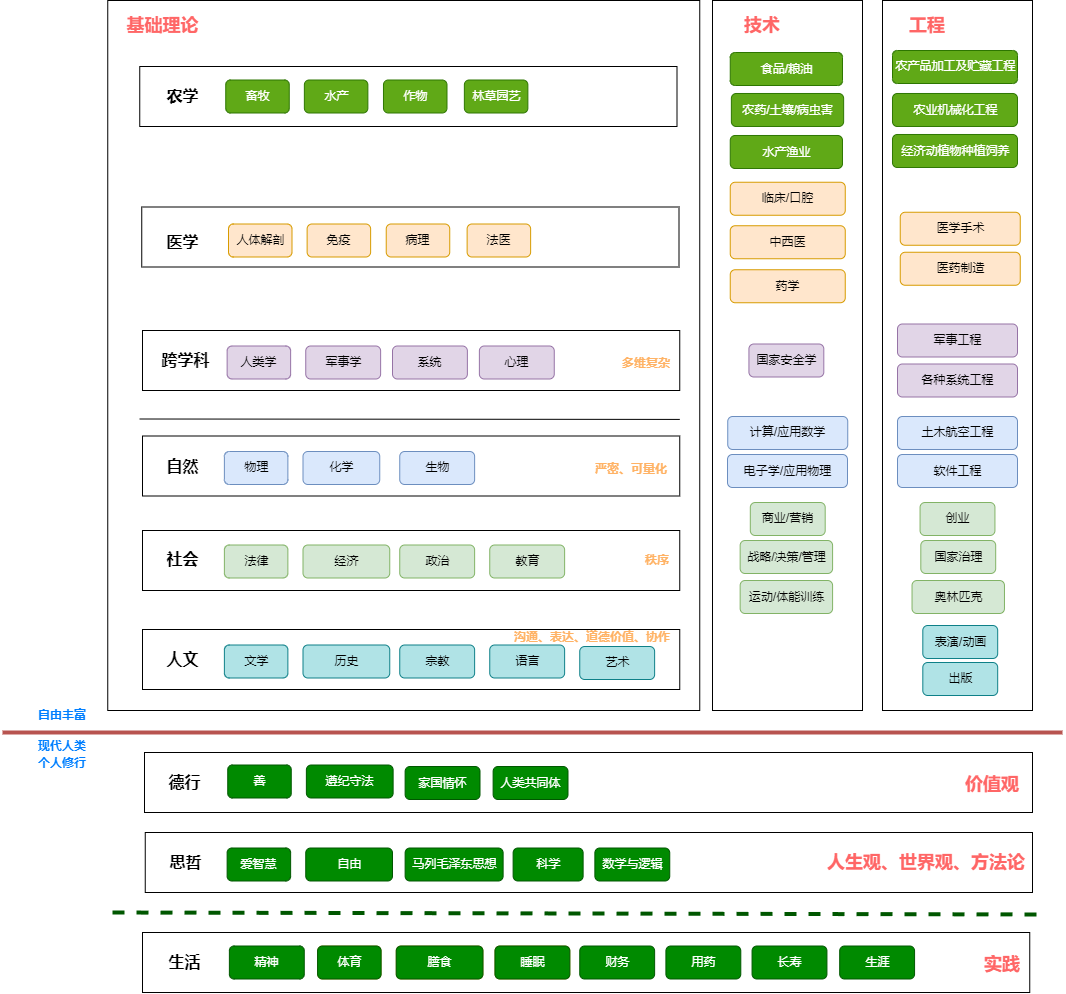
The draw.io diagram image/big-science.drawio.png in codefossil/livingbook, before a commit. Source tidied: cells renumbered, new cells last; positions are measured from the earlier drawing's top-left corner, leaving out a move shared by most shapes.
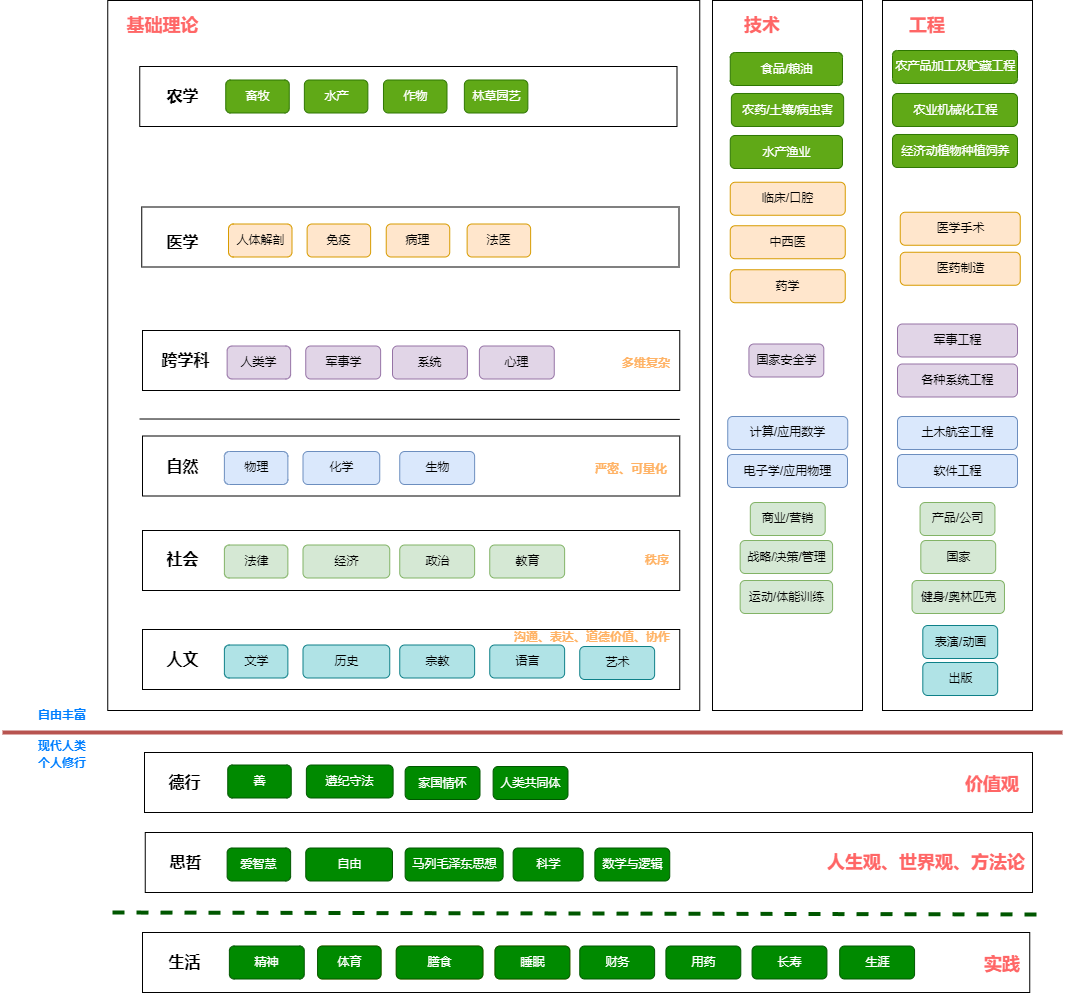
Above is the later version.

Diff of the diagram source:
```diff
@@ -296,7 +296,7 @@
     <mxCell id="96" value="&lt;b style=&quot;&quot;&gt;&lt;font color=&quot;#ffb366&quot; style=&quot;font-size: 12px;&quot;&gt;严密、可量化&lt;/font&gt;&lt;/b&gt;" style="text;html=1;strokeColor=none;fillColor=none;align=right;verticalAlign=middle;whiteSpace=wrap;rounded=0;fontSize=14;fontColor=#FF6666;" parent="1" vertex="1">
       <mxGeometry x="544.5" y="452.5" width="122.8" height="30" as="geometry" />
     </mxCell>
-    <mxCell id="97" value="创业" style="rounded=1;fillColor=#d5e8d4;strokeColor=#82b366;html=1;align=center;verticalAlign=middle;fontStyle=0;fontSize=12;sketch=0;shadow=0;" parent="1" vertex="1">
+    <mxCell id="97" value="产品/公司" style="rounded=1;fillColor=#d5e8d4;strokeColor=#82b366;html=1;align=center;verticalAlign=middle;fontStyle=0;fontSize=12;sketch=0;shadow=0;" parent="1" vertex="1">
       <mxGeometry x="917.6" y="502" width="74.9" height="33" as="geometry" />
     </mxCell>
     <mxCell id="98" value="&lt;span style=&quot;font-size: 18px;&quot;&gt;&lt;b&gt;实践&lt;/b&gt;&lt;/span&gt;" style="text;html=1;strokeColor=none;fillColor=none;align=right;verticalAlign=middle;whiteSpace=wrap;rounded=0;fontSize=14;fontColor=#FF6666;" parent="1" vertex="1">
@@ -320,13 +320,13 @@
     <mxCell id="104" value="战略/决策/管理" style="rounded=1;fillColor=#d5e8d4;strokeColor=#82b366;html=1;align=center;verticalAlign=middle;fontStyle=0;fontSize=12;sketch=0;shadow=0;" parent="1" vertex="1">
       <mxGeometry x="737.6" y="540" width="92.4" height="33" as="geometry" />
     </mxCell>
-    <mxCell id="105" value="国家治理" style="rounded=1;fillColor=#d5e8d4;strokeColor=#82b366;html=1;align=center;verticalAlign=middle;fontStyle=0;fontSize=12;sketch=0;shadow=0;" parent="1" vertex="1">
+    <mxCell id="105" value="国家" style="rounded=1;fillColor=#d5e8d4;strokeColor=#82b366;html=1;align=center;verticalAlign=middle;fontStyle=0;fontSize=12;sketch=0;shadow=0;" parent="1" vertex="1">
       <mxGeometry x="918.3" y="540" width="74.9" height="33" as="geometry" />
     </mxCell>
     <mxCell id="106" value="运动/体能训练" style="rounded=1;fillColor=#d5e8d4;strokeColor=#82b366;html=1;align=center;verticalAlign=middle;fontStyle=0;fontSize=12;sketch=0;shadow=0;" parent="1" vertex="1">
       <mxGeometry x="737.6" y="580" width="92.4" height="33" as="geometry" />
     </mxCell>
-    <mxCell id="107" value="奥林匹克" style="rounded=1;fillColor=#d5e8d4;strokeColor=#82b366;html=1;align=center;verticalAlign=middle;fontStyle=0;fontSize=12;sketch=0;shadow=0;" parent="1" vertex="1">
+    <mxCell id="107" value="健身/奥林匹克" style="rounded=1;fillColor=#d5e8d4;strokeColor=#82b366;html=1;align=center;verticalAlign=middle;fontStyle=0;fontSize=12;sketch=0;shadow=0;" parent="1" vertex="1">
       <mxGeometry x="909.5" y="580" width="92.4" height="33" as="geometry" />
     </mxCell>
   </root>
```
